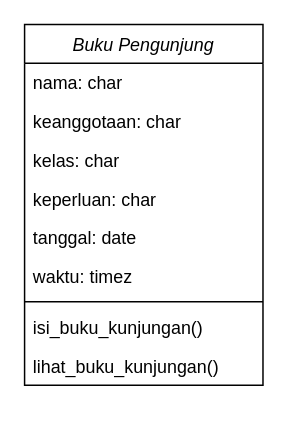
Earlier version of the draw.io diagram CLASS Diagram.drawio (Melanisiti/JOBSHET-1). Source tidied: cells renumbered, new cells numbered last; positions are measured from the earlier drawing's top-left corner, leaving out a move shared by most shapes. Both pictures are drawn from the tidied source at 149%, with x=0, y=0 at pixel (24, 24).
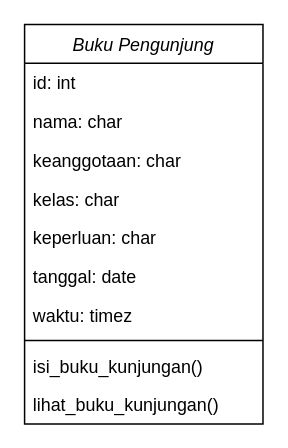
The same diagram, later.

What changed in the source:
```diff
@@
 <mxGraphModel>
   <root>
     <mxCell id="0" />
     <mxCell id="1" parent="0" />
     <mxCell id="2" value="Buku Pengunjung" style="swimlane;fontStyle=2;align=center;verticalAlign=top;horizontal=1;startSize=26;rounded=0;shadow=0;strokeWidth=1;" parent="1" vertex="1">
-      <mxGeometry width="160" height="242" as="geometry" />
+      <mxGeometry width="160" height="268" as="geometry" />
     </mxCell>
-    <mxCell id="3" value="nama: char" style="text;align=left;verticalAlign=top;spacingLeft=4;spacingRight=4;overflow=hidden;" parent="2" vertex="1">
+    <mxCell id="3" value="id: int" style="text;align=left;verticalAlign=top;spacingLeft=4;spacingRight=4;overflow=hidden;" parent="2" vertex="1">
       <mxGeometry y="26" width="160" height="26" as="geometry" />
     </mxCell>
+    <mxCell id="12" value="nama: char" style="text;align=left;verticalAlign=top;spacingLeft=4;spacingRight=4;overflow=hidden;" parent="2" vertex="1">
+      <mxGeometry y="52" width="160" height="26" as="geometry" />
+    </mxCell>
     <mxCell id="4" value="keanggotaan: char" style="text;align=left;verticalAlign=top;spacingLeft=4;spacingRight=4;overflow=hidden;rounded=0;shadow=0;html=0;" parent="2" vertex="1">
-      <mxGeometry y="52" width="160" height="26" as="geometry" />
+      <mxGeometry y="78" width="160" height="26" as="geometry" />
     </mxCell>
     <mxCell id="5" value="kelas: char" style="text;align=left;verticalAlign=top;spacingLeft=4;spacingRight=4;overflow=hidden;rounded=0;shadow=0;html=0;" parent="2" vertex="1">
-      <mxGeometry y="78" width="160" height="26" as="geometry" />
+      <mxGeometry y="104" width="160" height="26" as="geometry" />
     </mxCell>
     <mxCell id="6" value="keperluan: char" style="text;align=left;verticalAlign=top;spacingLeft=4;spacingRight=4;overflow=hidden;rounded=0;shadow=0;html=0;" parent="2" vertex="1">
-      <mxGeometry y="104" width="160" height="26" as="geometry" />
+      <mxGeometry y="130" width="160" height="26" as="geometry" />
     </mxCell>
     <mxCell id="7" value="tanggal: date" style="text;align=left;verticalAlign=top;spacingLeft=4;spacingRight=4;overflow=hidden;rounded=0;shadow=0;html=0;" parent="2" vertex="1">
-      <mxGeometry y="130" width="160" height="26" as="geometry" />
+      <mxGeometry y="156" width="160" height="26" as="geometry" />
     </mxCell>
     <mxCell id="8" value="waktu: timez" style="text;align=left;verticalAlign=top;spacingLeft=4;spacingRight=4;overflow=hidden;rounded=0;shadow=0;html=0;" parent="2" vertex="1">
-      <mxGeometry y="156" width="160" height="26" as="geometry" />
+      <mxGeometry y="182" width="160" height="26" as="geometry" />
     </mxCell>
     <mxCell id="9" style="line;html=1;strokeWidth=1;align=left;verticalAlign=middle;spacingTop=-1;spacingLeft=3;spacingRight=3;labelPosition=right;" parent="2" vertex="1">
-      <mxGeometry y="182" width="160" height="8" as="geometry" />
+      <mxGeometry y="208" width="160" height="8" as="geometry" />
     </mxCell>
     <mxCell id="10" value="isi_buku_kunjungan()" style="text;align=left;verticalAlign=top;spacingLeft=4;spacingRight=4;overflow=hidden;" parent="2" vertex="1">
-      <mxGeometry y="190" width="160" height="26" as="geometry" />
+      <mxGeometry y="216" width="160" height="26" as="geometry" />
     </mxCell>
     <mxCell id="11" value="lihat_buku_kunjungan()" style="text;align=left;verticalAlign=top;spacingLeft=4;spacingRight=4;overflow=hidden;" parent="2" vertex="1">
-      <mxGeometry y="216" width="160" height="26" as="geometry" />
+      <mxGeometry y="242" width="160" height="26" as="geometry" />
     </mxCell>
   </root>
 </mxGraphModel>
```
